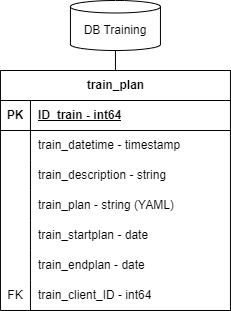
Above: informational-view_db_training.png in Lana8888/trans-sport (draw.io), before the change. Source tidied: cells renumbered, new cells last; positions are measured from the earlier drawing's top-left corner, leaving out a move shared by most shapes.
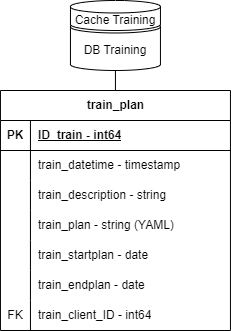
The same diagram one commit later.

Diff of the diagram source:
```diff
@@ -74,5 +74,8 @@
     <mxCell id="25" style="endArrow=none;html=1;rounded=1;entryX=0.5;entryY=1;entryDx=0;entryDy=0;entryPerimeter=0;exitX=0.5;exitY=0;exitDx=0;exitDy=0;" parent="1" edge="1" source="3" target="2">
       <mxGeometry relative="1" as="geometry" />
     </mxCell>
+    <mxCell id="26" value="Cache Training" style="shape=cylinder3;whiteSpace=wrap;html=1;boundedLbl=1;backgroundOutline=1;size=6.238080705915195;" parent="1" vertex="1">
+      <mxGeometry x="69.9" y="-20" width="90" height="30" as="geometry" />
+    </mxCell>
   </root>
 </mxGraphModel>
```
